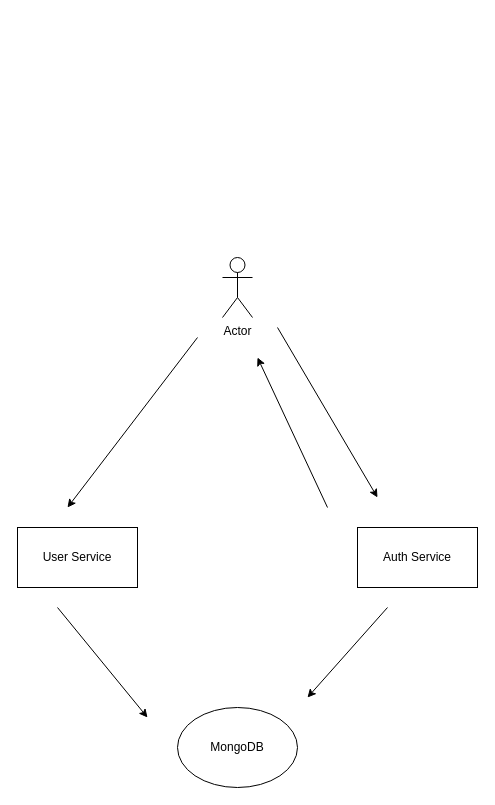
Above: Test_Deal.drawio in edwaldo12/testDeal (draw.io), before the change. Source tidied: cells renumbered, new cells numbered last; positions are measured from the earlier drawing's top-left corner, leaving out a move shared by most shapes. Both pictures are drawn from the tidied source at 100%, with x=0, y=0 at pixel (17, 257).
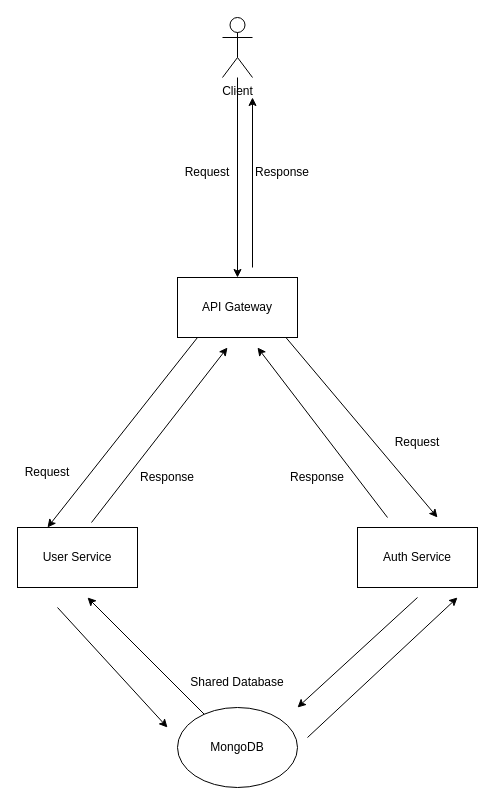
The same diagram, later.

Unchanged cells that the change refers to:
```xml
<mxCell id="4" value="User Service" style="rounded=0;whiteSpace=wrap;html=1;" parent="1" vertex="1">
  <mxGeometry y="270" width="120" height="60" as="geometry" />
</mxCell>
<mxCell id="5" value="MongoDB" style="ellipse;whiteSpace=wrap;html=1;" parent="1" vertex="1">
  <mxGeometry x="160" y="450" width="120" height="80" as="geometry" />
</mxCell>
```

Diff of the diagram source:
```diff
@@
+    <mxCell id="11" style="edgeStyle=orthogonalEdgeStyle;rounded=0;jettySize=auto;html=1;entryX=0.5;entryY=0;entryDx=0;entryDy=0;" parent="1" edge="1" source="2" target="12">
+      <mxGeometry relative="1" as="geometry" />
+    </mxCell>
-    <mxCell id="2" value="Actor" style="shape=umlActor;verticalLabelPosition=bottom;verticalAlign=top;html=1;outlineConnect=0;" parent="1" vertex="1">
-      <mxGeometry x="205" width="30" height="60" as="geometry" />
+    <mxCell id="2" value="Client" style="shape=umlActor;verticalLabelPosition=bottom;verticalAlign=top;html=1;outlineConnect=0;" parent="1" vertex="1">
+      <mxGeometry x="205" y="-240" width="30" height="60" as="geometry" />
     </mxCell>
@@
     <mxCell id="6" style="endArrow=classic;html=1;rounded=0;" parent="1" edge="1">
       <mxGeometry relative="1" as="geometry">
         <mxPoint x="260" y="70" as="sourcePoint" />
-        <mxPoint x="360" y="240" as="targetPoint" />
+        <mxPoint x="420" y="260" as="targetPoint" />
       </mxGeometry>
     </mxCell>
     <mxCell id="7" style="endArrow=classic;html=1;rounded=0;" parent="1" edge="1">
       <mxGeometry relative="1" as="geometry">
-        <mxPoint x="310" y="250" as="sourcePoint" />
-        <mxPoint x="240" y="100" as="targetPoint" />
+        <mxPoint x="370" y="260" as="sourcePoint" />
+        <mxPoint x="240" y="90" as="targetPoint" />
       </mxGeometry>
     </mxCell>
-    <mxCell id="8" style="endArrow=classic;html=1;rounded=0;" parent="1" edge="1">
+    <mxCell id="8" style="endArrow=classic;html=1;rounded=0;entryX=0.25;entryY=0;entryDx=0;entryDy=0;" parent="1" edge="1" target="4">
       <mxGeometry relative="1" as="geometry">
         <mxPoint x="180" y="80" as="sourcePoint" />
-        <mxPoint x="50" y="250" as="targetPoint" />
       </mxGeometry>
     </mxCell>
     <mxCell id="9" style="endArrow=classic;html=1;rounded=0;" parent="1" edge="1">
       <mxGeometry relative="1" as="geometry">
         <mxPoint x="40" y="350" as="sourcePoint" />
-        <mxPoint x="130" y="460" as="targetPoint" />
+        <mxPoint x="150" y="470" as="targetPoint" />
       </mxGeometry>
     </mxCell>
     <mxCell id="10" style="endArrow=classic;html=1;rounded=0;" parent="1" edge="1">
       <mxGeometry relative="1" as="geometry">
-        <mxPoint x="370" y="350" as="sourcePoint" />
-        <mxPoint x="290" y="440" as="targetPoint" />
+        <mxPoint x="400" y="340" as="sourcePoint" />
+        <mxPoint x="280" y="450" as="targetPoint" />
       </mxGeometry>
     </mxCell>
+    <mxCell id="12" value="API Gateway" style="rounded=0;whiteSpace=wrap;html=1;" parent="1" vertex="1">
+      <mxGeometry x="160" y="20" width="120" height="60" as="geometry" />
+    </mxCell>
+    <mxCell id="13" style="endArrow=classic;html=1;rounded=0;" parent="1" edge="1">
+      <mxGeometry x="-0.32" y="-24" relative="1" as="geometry">
+        <mxPoint x="74" y="265" as="sourcePoint" />
+        <mxPoint x="210" y="90" as="targetPoint" />
+      </mxGeometry>
+    </mxCell>
+    <mxCell id="14" value="Response" style="text;html=1;strokeColor=none;fillColor=none;align=center;verticalAlign=middle;whiteSpace=wrap;rounded=0;" parent="1" vertex="1">
+      <mxGeometry x="120" y="205" width="60" height="30" as="geometry" />
+    </mxCell>
+    <mxCell id="15" value="Request" style="text;html=1;strokeColor=none;fillColor=none;align=center;verticalAlign=middle;whiteSpace=wrap;rounded=0;" parent="1" vertex="1">
+      <mxGeometry y="200" width="60" height="30" as="geometry" />
+    </mxCell>
+    <mxCell id="16" value="Response" style="text;html=1;strokeColor=none;fillColor=none;align=center;verticalAlign=middle;whiteSpace=wrap;rounded=0;" parent="1" vertex="1">
+      <mxGeometry x="270" y="205" width="60" height="30" as="geometry" />
+    </mxCell>
+    <mxCell id="17" value="Request" style="text;html=1;strokeColor=none;fillColor=none;align=center;verticalAlign=middle;whiteSpace=wrap;rounded=0;" parent="1" vertex="1">
+      <mxGeometry x="370" y="170" width="60" height="30" as="geometry" />
+    </mxCell>
+    <mxCell id="18" style="endArrow=classic;html=1;rounded=0;" parent="1" edge="1">
+      <mxGeometry relative="1" as="geometry">
+        <mxPoint x="290" y="480" as="sourcePoint" />
+        <mxPoint x="440" y="340" as="targetPoint" />
+      </mxGeometry>
+    </mxCell>
+    <mxCell id="19" style="endArrow=classic;html=1;rounded=0;" parent="1" edge="1" source="5">
+      <mxGeometry relative="1" as="geometry">
+        <mxPoint x="70" y="340" as="targetPoint" />
+      </mxGeometry>
+    </mxCell>
+    <mxCell id="20" value="Shared Database" style="text;html=1;strokeColor=none;fillColor=none;align=center;verticalAlign=middle;whiteSpace=wrap;rounded=0;" parent="1" vertex="1">
+      <mxGeometry x="170" y="410" width="100" height="30" as="geometry" />
+    </mxCell>
+    <mxCell id="21" value="Request" style="text;html=1;strokeColor=none;fillColor=none;align=center;verticalAlign=middle;whiteSpace=wrap;rounded=0;" parent="1" vertex="1">
+      <mxGeometry x="160" y="-100" width="60" height="30" as="geometry" />
+    </mxCell>
+    <mxCell id="22" style="endArrow=classic;html=1;rounded=0;" parent="1" edge="1">
+      <mxGeometry relative="1" as="geometry">
+        <mxPoint x="235" y="10" as="sourcePoint" />
+        <mxPoint x="235" y="-160" as="targetPoint" />
+      </mxGeometry>
+    </mxCell>
+    <mxCell id="23" value="Response" style="text;html=1;strokeColor=none;fillColor=none;align=center;verticalAlign=middle;whiteSpace=wrap;rounded=0;" parent="1" vertex="1">
+      <mxGeometry x="235" y="-100" width="60" height="30" as="geometry" />
+    </mxCell>
```
